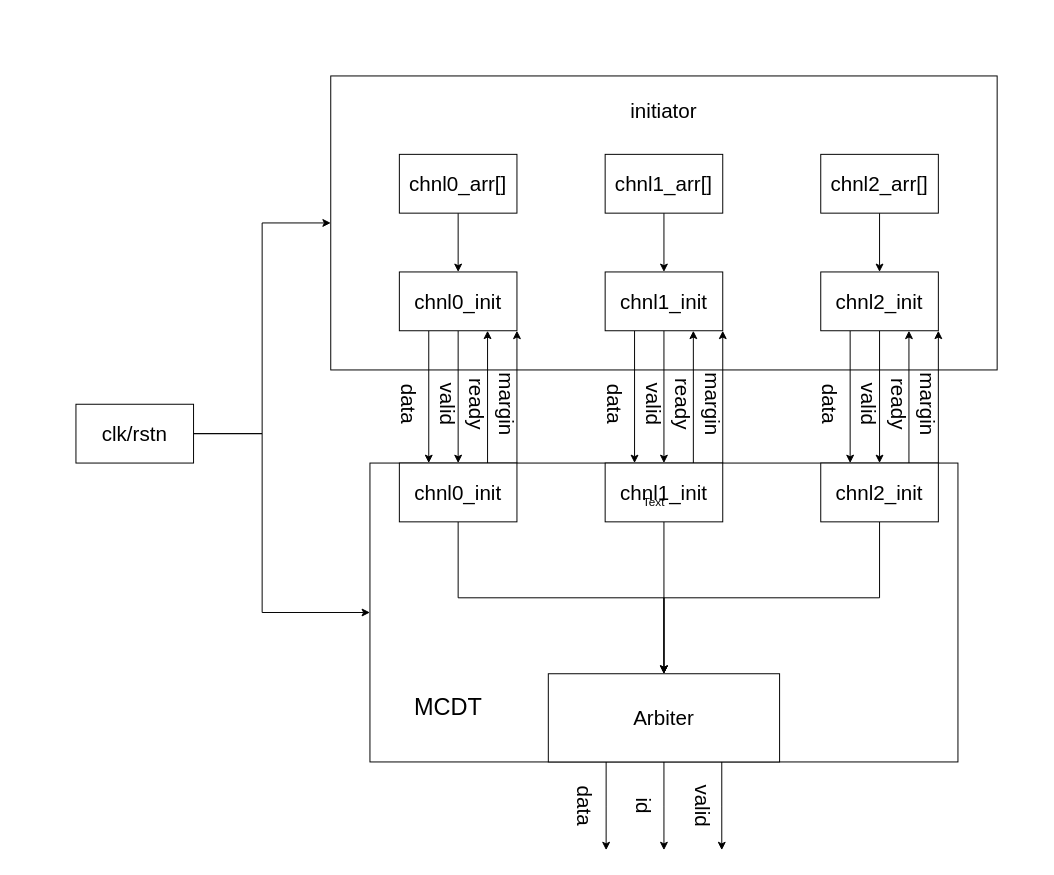
This is page "第 1 页" (1 of 2) of 路科验证/sv-lab1.drawio from LQ0623/draw_io_picture, a draw.io file, before an edit. Source tidied: cells renumbered, new cells numbered last; positions are measured from the earlier drawing's top-left corner, leaving out a move shared by most shapes. Both pictures are drawn from the tidied source at 98%, with x=0, y=0 at pixel (75, 75).
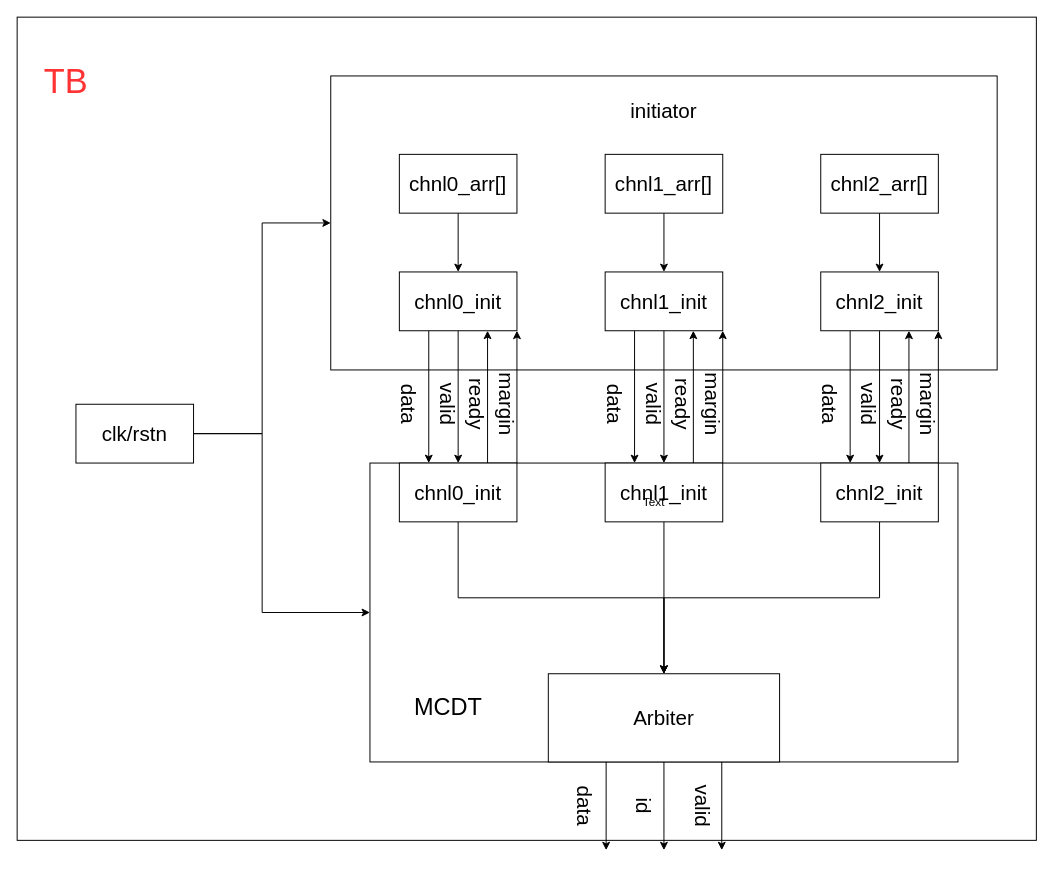
Above is the later version.

Change to the diagram source:
```diff
@@
+    <mxCell id="56" style="rounded=0;whiteSpace=wrap;html=1;" parent="1" vertex="1">
+      <mxGeometry x="-60" y="-60" width="1040" height="840" as="geometry" />
+    </mxCell>
@@
+    <mxCell id="57" value="&lt;font style=&quot;font-size: 35px;&quot;&gt;TB&lt;/font&gt;" style="text;html=1;whiteSpace=wrap;strokeColor=none;fillColor=none;align=center;verticalAlign=middle;rounded=0;fontSize=21;fontColor=light-dark(#FF3333,#EDEDED);" parent="1" vertex="1">
+      <mxGeometry x="-40" y="-10" width="60" height="30" as="geometry" />
+    </mxCell>
```
